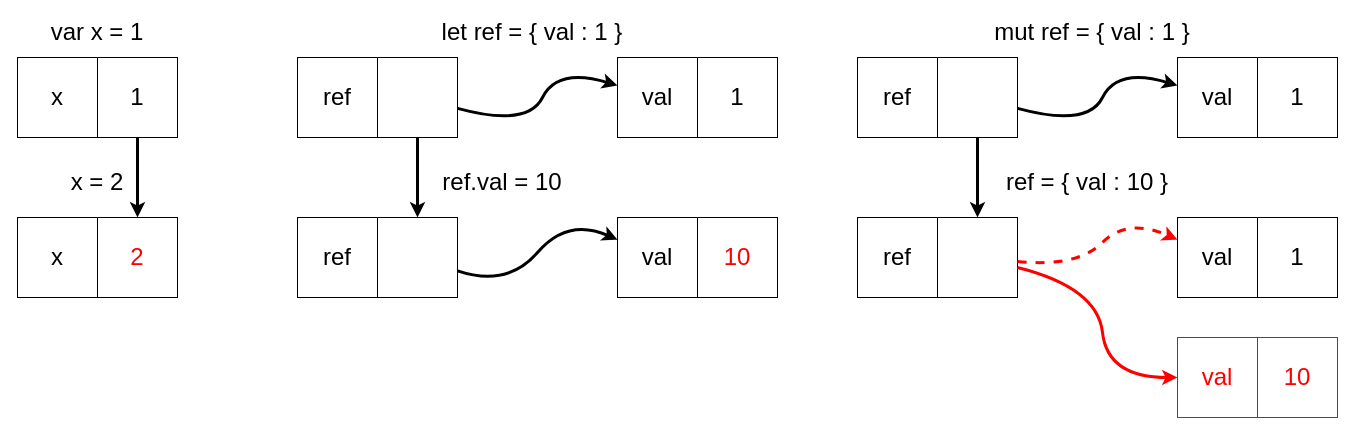
Earlier version of the draw.io diagram course7/ref.drawio (moonbitlang/moonbit-course). Source tidied: cells renumbered, new cells numbered last; positions are measured from the earlier drawing's top-left corner, leaving out a move shared by most shapes. Both pictures are drawn from the tidied source at 100%, with x=0, y=0 at pixel (17, 17).
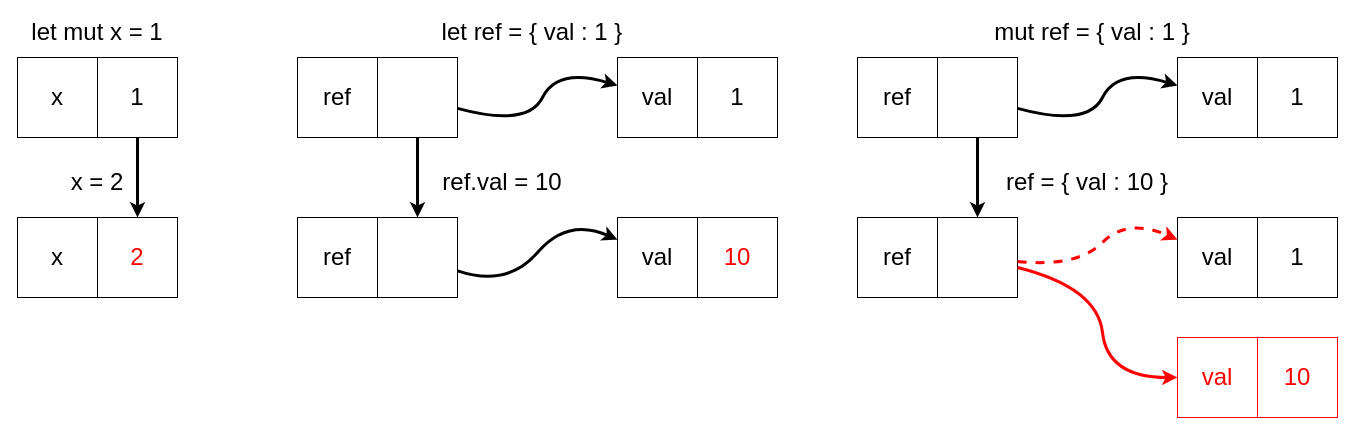
The same page after the edit.

Change to the diagram source:
```diff
@@
-    <mxCell id="4" value="var x = 1" style="text;html=1;strokeColor=none;fillColor=none;align=center;verticalAlign=middle;whiteSpace=wrap;rounded=0;fontSize=24;" parent="1" vertex="1">
+    <mxCell id="4" value="let mut x = 1" style="text;html=1;strokeColor=none;fillColor=none;align=center;verticalAlign=middle;whiteSpace=wrap;rounded=0;fontSize=24;" parent="1" vertex="1">
       <mxGeometry x="10" width="140" height="30" as="geometry" />
     </mxCell>
```
